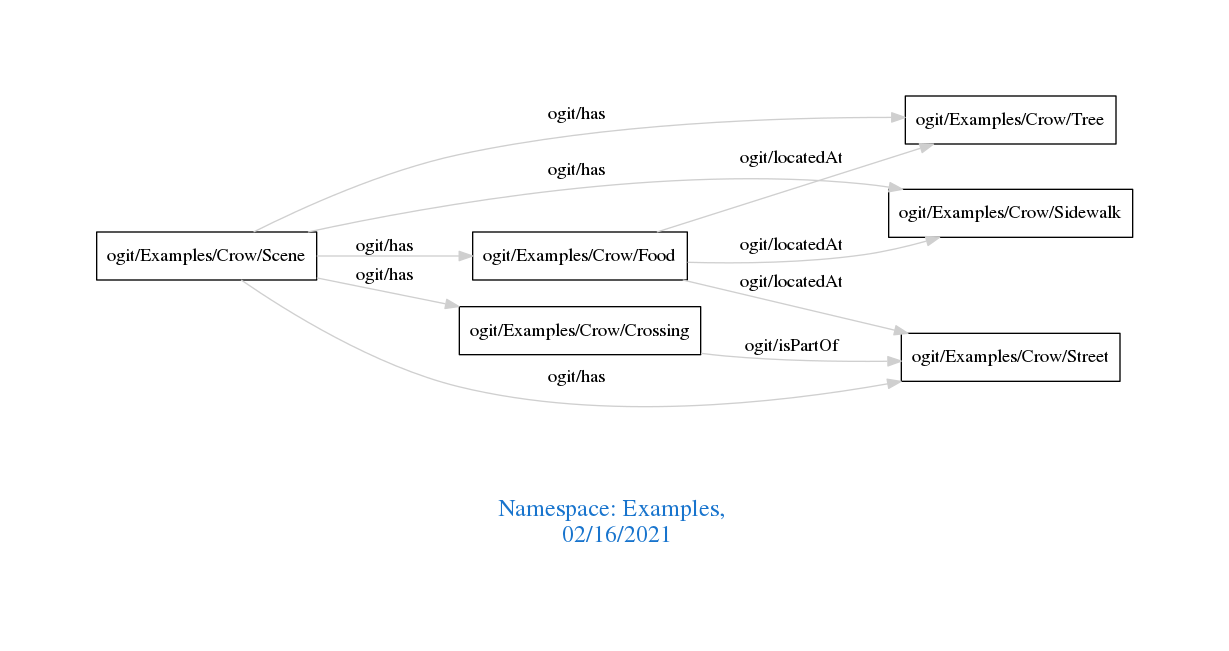
Above: downloads/Examples.png in arago/OGIT (Graphviz), before the change. Its source is kept beside it as downloads/Examples.dot.
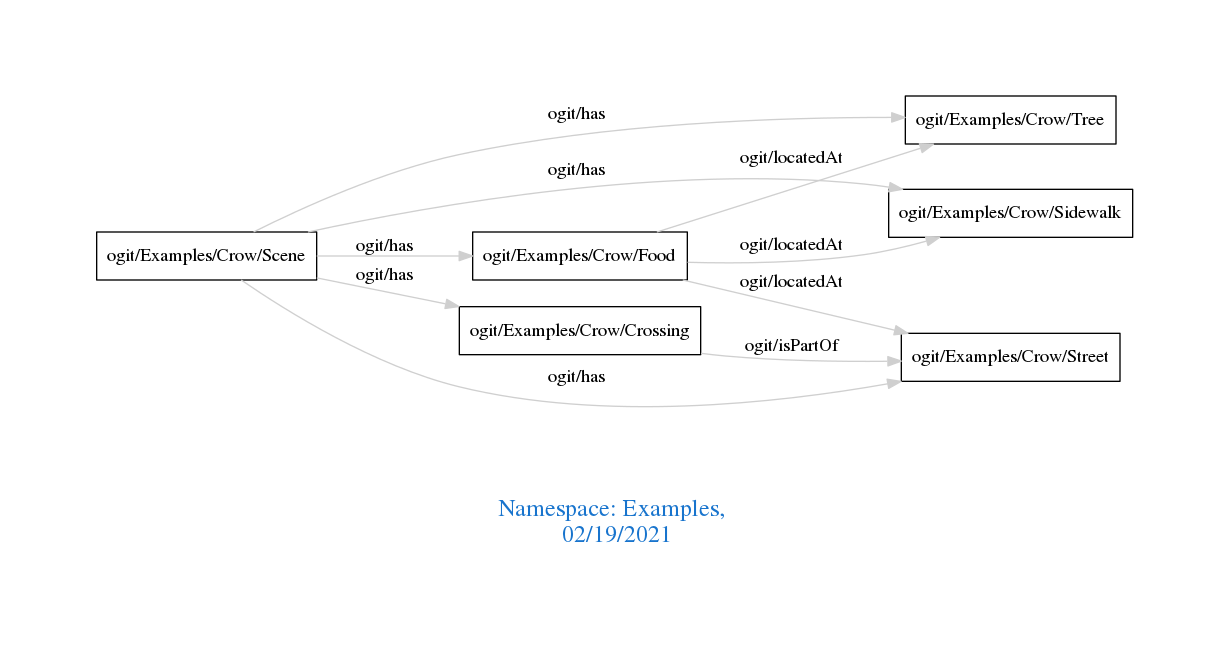
After the change.

What changed in the source:
```diff
@@ -1,7 +1,7 @@
 digraph OGIT_ontology {
  graph [ rankdir= LR,pad=1
 fontsize = 18,
-fontcolor= dodgerblue3,label = "\n\n\nNamespace: Examples, \n 02/16/2021"];
+fontcolor= dodgerblue3,label = "\n\n\nNamespace: Examples, \n 02/19/2021"];
 node[shape=polygon];
 edge [  color="gray81"];
 
```
